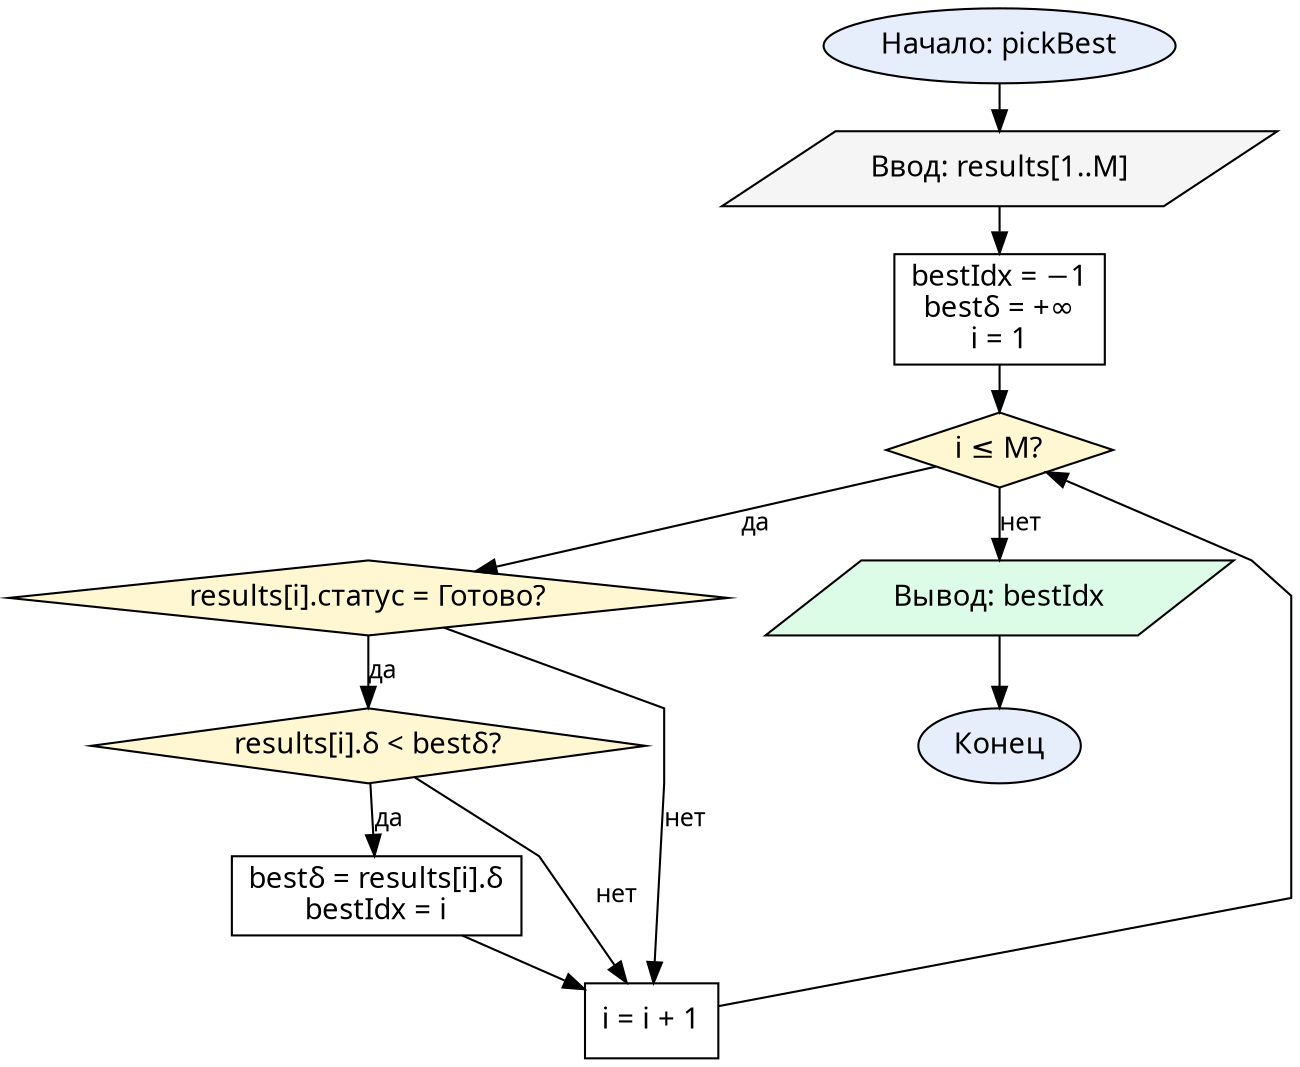
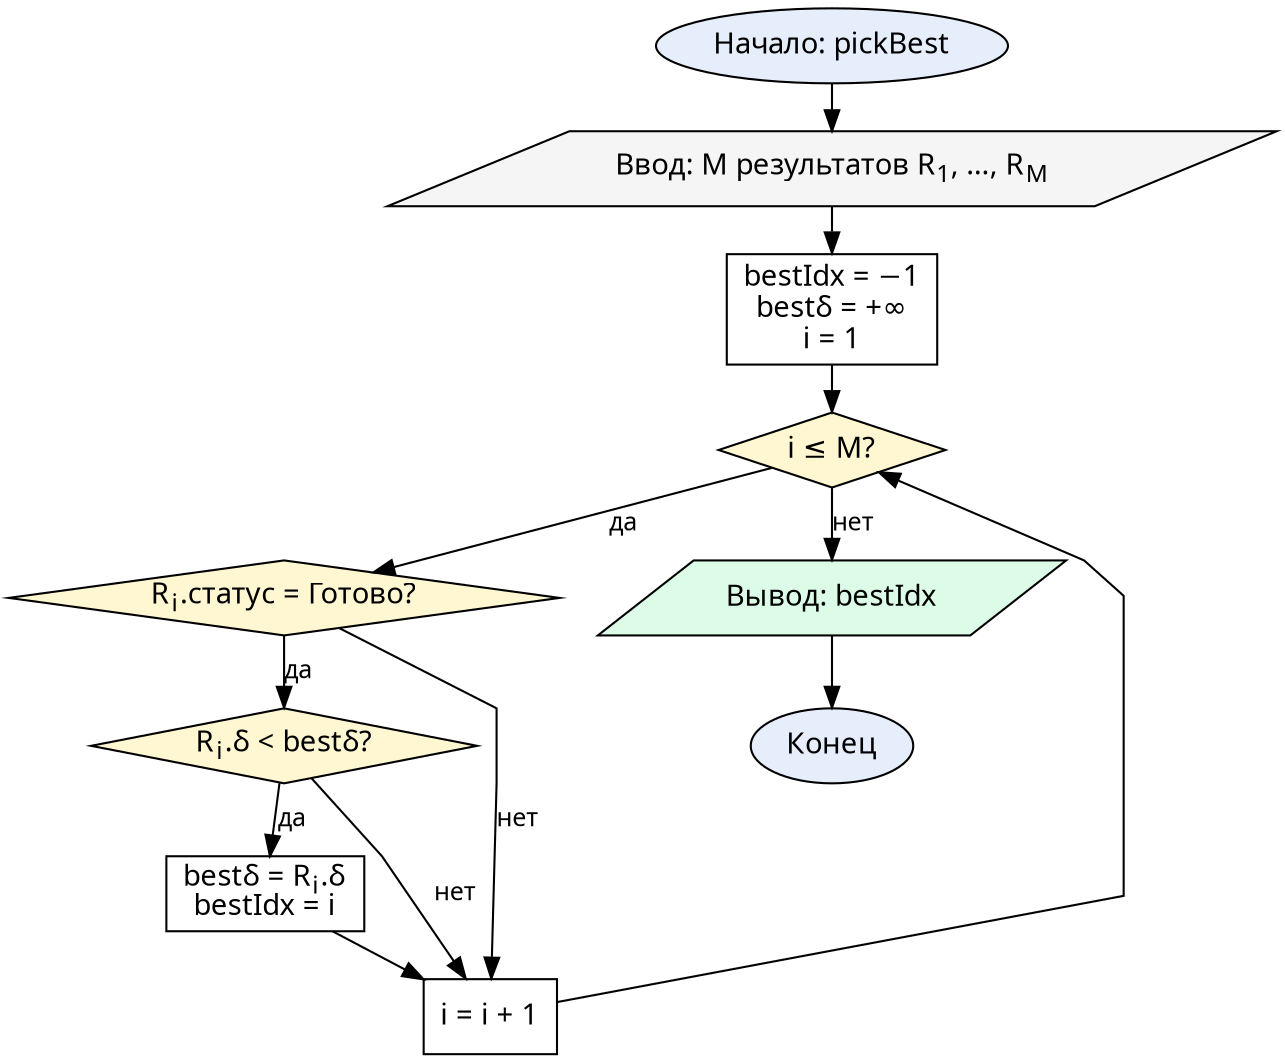
digraph LSBest {
  graph [fontname="CMU Serif", rankdir=TB, nodesep=0.25, ranksep=0.3, splines=polyline]
  node  [fontname="CMU Serif", fontsize=14, style="filled", fillcolor="#ffffff", color="#000000"]
  edge  [fontname="CMU Serif", fontsize=12, color="#000000"]

  start  [label="Начало: pickBest", shape=oval, fillcolor="#e6eefc"]
-   input  [label="Ввод: results[1..M]", shape=parallelogram, fillcolor="#f5f5f5"]
+   input  [label=<Ввод: M результатов R<SUB>1</SUB>, …, R<SUB>M</SUB>>, shape=parallelogram, fillcolor="#f5f5f5"]
  init   [label=<bestIdx = −1<BR/>bestδ = +∞<BR/>i = 1>, shape=box]
  loop   [label=<i ≤ M?>, shape=diamond, fillcolor="#fff7d1"]
-   chko   [label=<results[i].статус = Готово?>, shape=diamond, fillcolor="#fff7d1"]
-   chkd   [label=<results[i].δ &lt; bestδ?>, shape=diamond, fillcolor="#fff7d1"]
-   upd    [label=<bestδ = results[i].δ<BR/>bestIdx = i>, shape=box]
+   chko   [label=<R<SUB>i</SUB>.статус = Готово?>, shape=diamond, fillcolor="#fff7d1"]
+   chkd   [label=<R<SUB>i</SUB>.δ &lt; bestδ?>, shape=diamond, fillcolor="#fff7d1"]
+   upd    [label=<bestδ = R<SUB>i</SUB>.δ<BR/>bestIdx = i>, shape=box]
  next   [label=<i = i + 1>, shape=box]
  output [label=<Вывод: bestIdx>, shape=parallelogram, fillcolor="#dcfce7"]
  stop   [label="Конец", shape=oval, fillcolor="#e6eefc"]

  start -> input -> init -> loop
  loop -> chko [label="да"]
  chko -> chkd [label="да"]
  chko -> next [label="нет"]
  chkd -> upd [label="да"]
  chkd -> next [label="нет"]
  upd -> next
  next -> loop
  loop -> output [label="нет"]
  output -> stop
}
